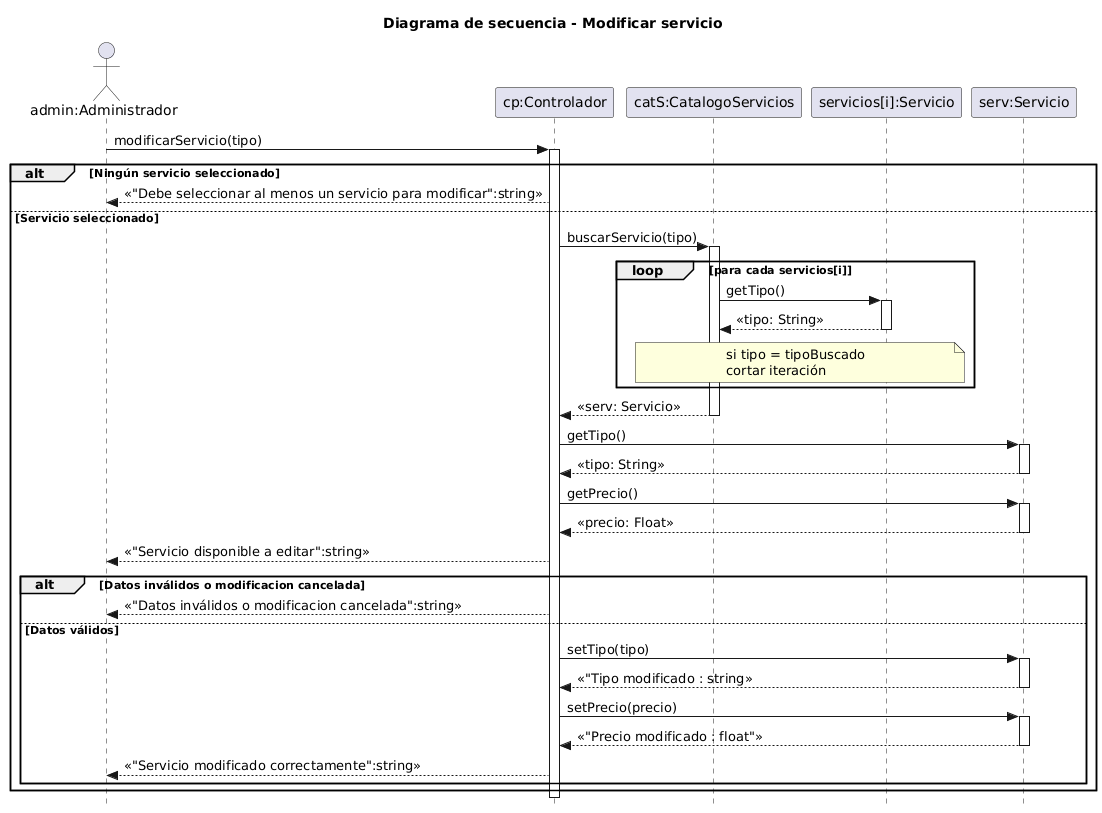
The PlantUML diagram Documentacion/07 Diagramas de secuencia/Diagramas de secuencia Administrador/Modificar servicio/Diagrama de secuencia-Modificar servicio.png in Juamppa/practica-profesionalizante-1, before a commit.
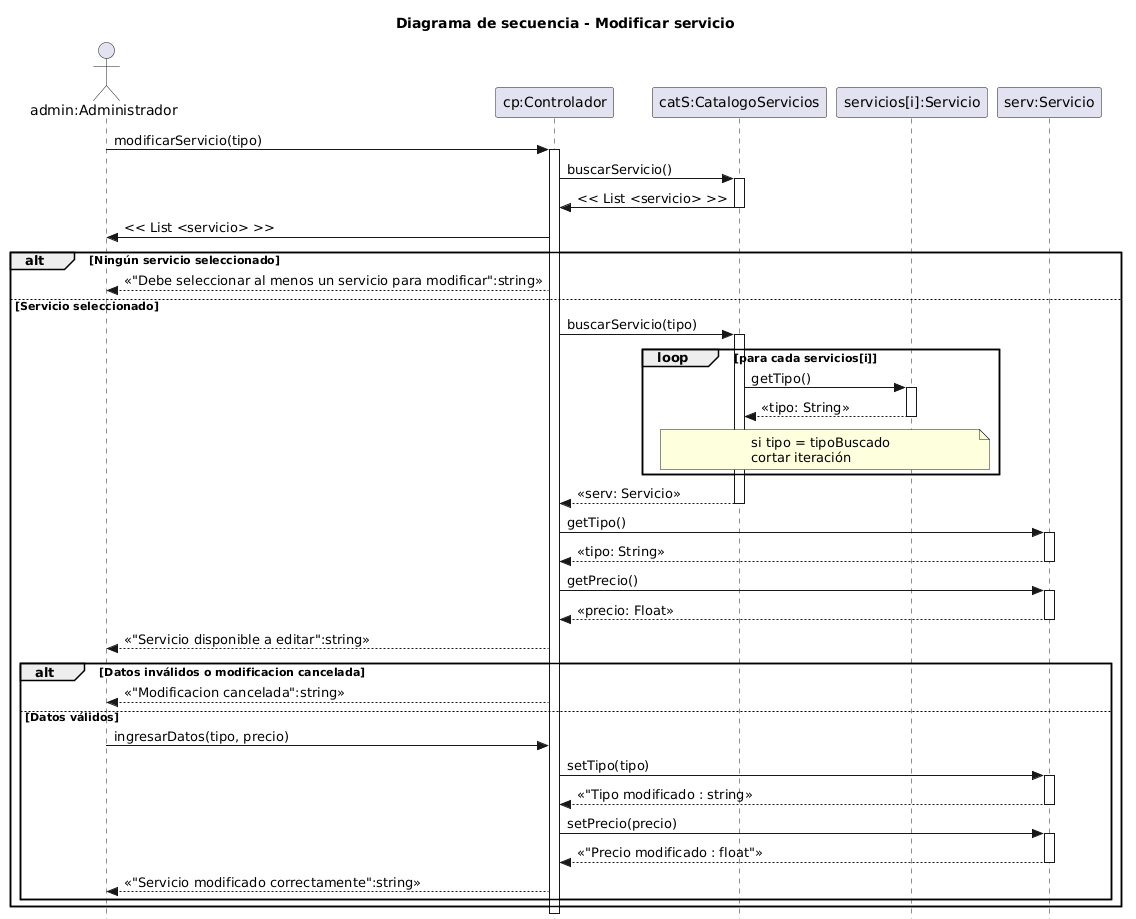
The same file after the commit.

Change to the diagram source:
```diff
@@ -10,7 +10,11 @@
 
 Admin -> Controlador : modificarServicio(tipo)
 activate Controlador
-
+Controlador -> Catalogo : buscarServicio()
+activate Catalogo
+Catalogo -> Controlador : << List <servicio> >>
+deactivate Catalogo
+Controlador -> Admin : << List <servicio> >>
 
 
     alt Ningún servicio seleccionado
@@ -53,10 +57,11 @@
 
 
             alt Datos inválidos o modificacion cancelada
-                Controlador --> Admin : <<"Datos inválidos o modificacion cancelada":string>>
+
+                Controlador --> Admin : <<"Modificacion cancelada":string>>
 
             else Datos válidos
-
+                Admin -> Controlador : ingresarDatos(tipo, precio)
                 Controlador -> Servicio : setTipo(tipo)
                 activate Servicio
                 Servicio --> Controlador : <<"Tipo modificado : string>>
```
